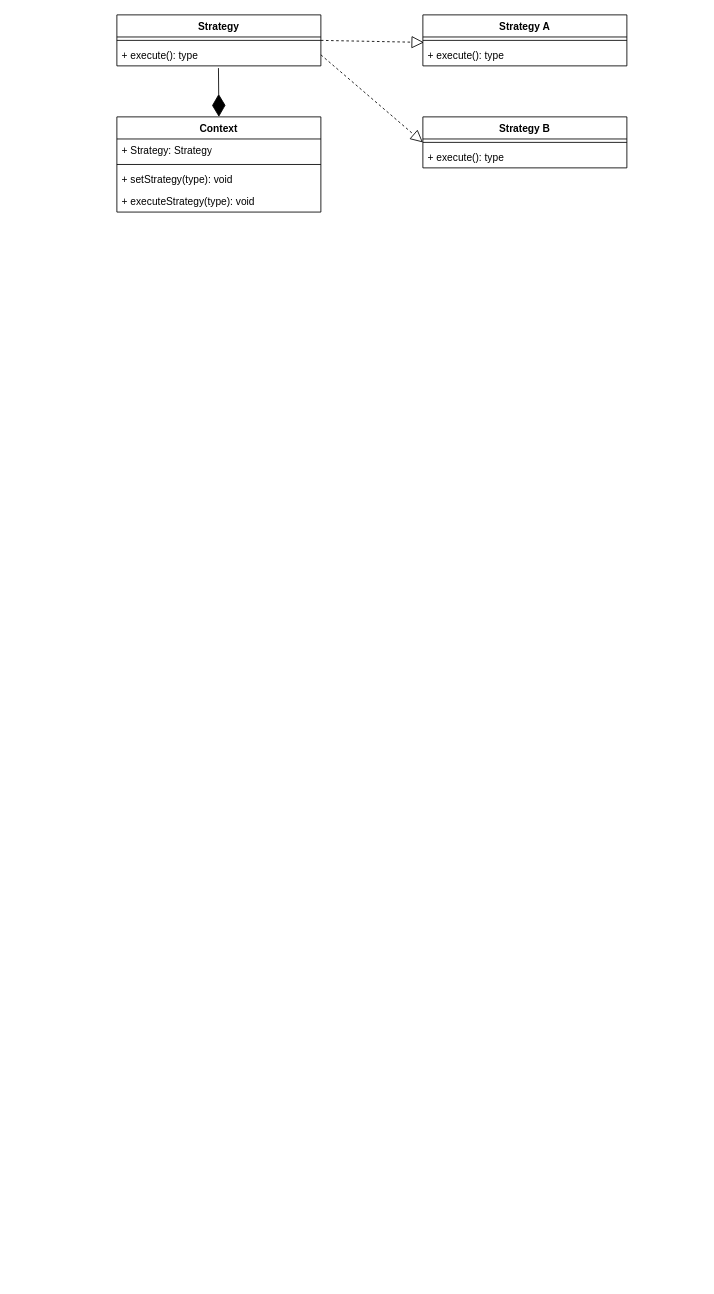
This is Strategy_DesignPattern.drawio from tyk1hc/drawio, a draw.io file, before an edit. Source tidied: cells renumbered, new cells numbered last; positions are measured from the earlier drawing's top-left corner, leaving out a move shared by most shapes. Both pictures are drawn from the tidied source at 85%, with x=0, y=0 at pixel (116, 14).
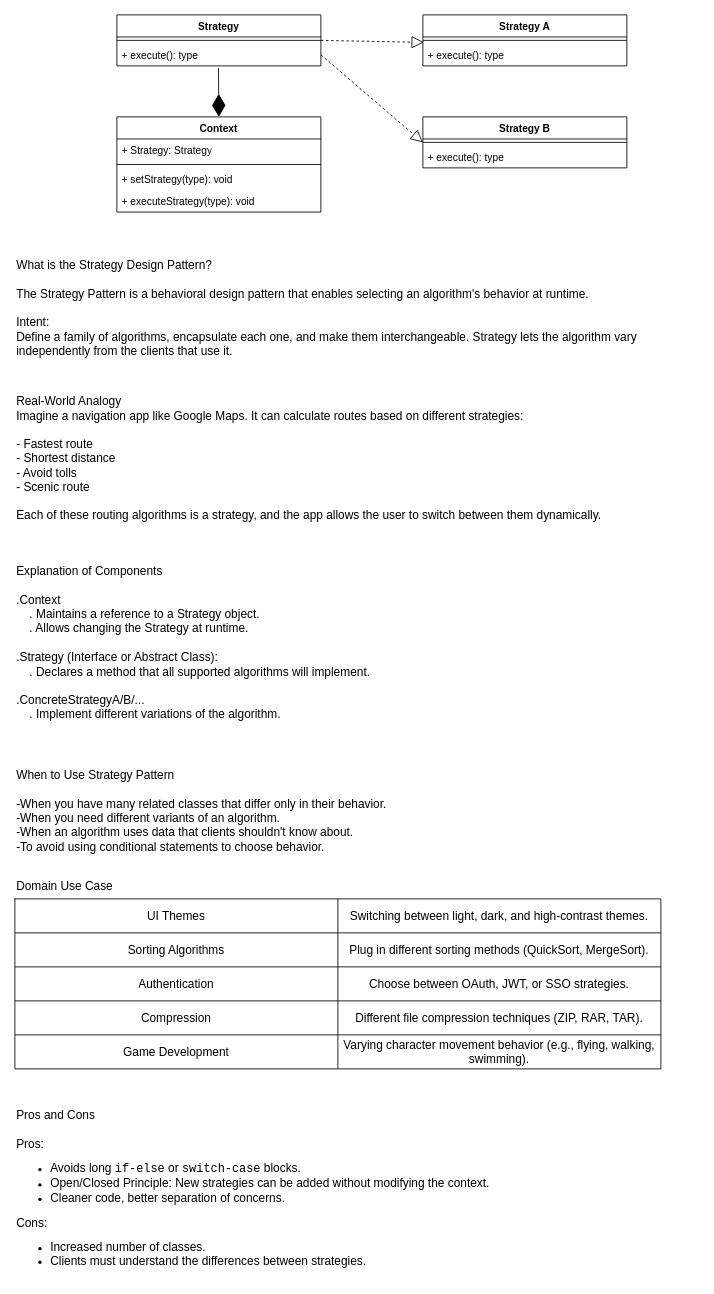
After the change.

Change to the diagram source:
```diff
@@
+    <mxCell id="19" value="What is the Strategy Design Pattern?&#10;&#10;The Strategy Pattern is a behavioral design pattern that enables selecting an algorithm's behavior at runtime.&#10;&#10;Intent:&#10;Define a family of algorithms, encapsulate each one, and make them interchangeable. Strategy lets the algorithm vary independently from the clients that use it." style="text;whiteSpace=wrap;fontSize=14;" parent="1" vertex="1">
+      <mxGeometry x="-120" y="280" width="760" height="120" as="geometry" />
+    </mxCell>
+    <mxCell id="20" value="Real-World Analogy &#10;Imagine a navigation app like Google Maps. It can calculate routes based on different strategies:&#10;&#10;- Fastest route &#10;- Shortest distance &#10;- Avoid tolls &#10;- Scenic route&#10;&#10;Each of these routing algorithms is a strategy, and the app allows the user to switch between them dynamically." style="text;whiteSpace=wrap;fontSize=14;" parent="1" vertex="1">
+      <mxGeometry x="-120" y="440" width="800" height="160" as="geometry" />
+    </mxCell>
+    <mxCell id="21" value="Explanation of Components &#10;&#10;.Context&#10;    . Maintains a reference to a Strategy object.&#10;    . Allows changing the Strategy at runtime.&#10;&#10;.Strategy (Interface or Abstract Class):&#10;    . Declares a method that all supported algorithms will implement.&#10;&#10;.ConcreteStrategyA/B/...&#10;    . Implement different variations of the algorithm." style="text;whiteSpace=wrap;fontSize=14;fontStyle=0;" parent="1" vertex="1">
+      <mxGeometry x="-120" y="640" width="805" height="210" as="geometry" />
+    </mxCell>
+    <mxCell id="22" value="When to Use Strategy Pattern&#10;&#10;-When you have many related classes that differ only in their behavior.&#10;-When you need different variants of an algorithm.&#10;-When an algorithm uses data that clients shouldn't know about.&#10;-To avoid using conditional statements to choose behavior." style="text;whiteSpace=wrap;fontSize=14;" parent="1" vertex="1">
+      <mxGeometry x="-120" y="880" width="760" height="120" as="geometry" />
+    </mxCell>
+    <mxCell id="23" value="&lt;font style=&quot;font-size: 14px;&quot;&gt;Domain Use Case&lt;/font&gt;" style="text;html=1;align=left;verticalAlign=middle;whiteSpace=wrap;rounded=0;" parent="1" vertex="1">
+      <mxGeometry x="-120" y="1010" width="760" height="30" as="geometry" />
+    </mxCell>
+    <mxCell id="24" style="shape=table;startSize=0;childLayout=tableLayout;fontSize=14;" parent="1" vertex="1">
+      <mxGeometry x="-120" y="1040" width="760" height="200" as="geometry" />
+    </mxCell>
+    <mxCell id="25" style="shape=tableRow;horizontal=0;startSize=0;swimlaneHead=0;swimlaneBody=0;strokeColor=inherit;top=0;left=0;bottom=0;right=0;fillColor=none;" parent="24" vertex="1">
+      <mxGeometry width="760" height="40" as="geometry" />
+    </mxCell>
+    <mxCell id="26" value="&lt;font style=&quot;font-size: 14px;&quot;&gt;UI Themes&lt;/font&gt;" style="shape=partialRectangle;html=1;whiteSpace=wrap;strokeColor=inherit;overflow=hidden;fillColor=none;top=0;left=0;bottom=0;right=0;" parent="25" vertex="1">
+      <mxGeometry width="380" height="40" as="geometry" />
+    </mxCell>
+    <mxCell id="27" value="&lt;font style=&quot;font-size: 14px;&quot;&gt;Switching between light, dark, and high-contrast themes.&lt;/font&gt;" style="shape=partialRectangle;html=1;whiteSpace=wrap;strokeColor=inherit;overflow=hidden;fillColor=none;top=0;left=0;bottom=0;right=0;" parent="25" vertex="1">
+      <mxGeometry x="380" width="380" height="40" as="geometry" />
+    </mxCell>
+    <mxCell id="28" style="shape=tableRow;horizontal=0;startSize=0;swimlaneHead=0;swimlaneBody=0;strokeColor=inherit;top=0;left=0;bottom=0;right=0;fillColor=none;" parent="24" vertex="1">
+      <mxGeometry y="40" width="760" height="40" as="geometry" />
+    </mxCell>
+    <mxCell id="29" value="&lt;font style=&quot;font-size: 14px;&quot;&gt;Sorting Algorithms&lt;/font&gt;" style="shape=partialRectangle;html=1;whiteSpace=wrap;strokeColor=inherit;overflow=hidden;fillColor=none;top=0;left=0;bottom=0;right=0;" parent="28" vertex="1">
+      <mxGeometry width="380" height="40" as="geometry" />
+    </mxCell>
+    <mxCell id="30" value="&lt;font style=&quot;font-size: 14px;&quot;&gt;Plug in different sorting methods (QuickSort, MergeSort).&lt;/font&gt;" style="shape=partialRectangle;html=1;whiteSpace=wrap;strokeColor=inherit;overflow=hidden;fillColor=none;top=0;left=0;bottom=0;right=0;" parent="28" vertex="1">
+      <mxGeometry x="380" width="380" height="40" as="geometry" />
+    </mxCell>
+    <mxCell id="31" style="shape=tableRow;horizontal=0;startSize=0;swimlaneHead=0;swimlaneBody=0;strokeColor=inherit;top=0;left=0;bottom=0;right=0;fillColor=none;" parent="24" vertex="1">
+      <mxGeometry y="80" width="760" height="40" as="geometry" />
+    </mxCell>
+    <mxCell id="32" value="&lt;font style=&quot;font-size: 14px;&quot;&gt;Authentication&lt;/font&gt;" style="shape=partialRectangle;html=1;whiteSpace=wrap;strokeColor=inherit;overflow=hidden;fillColor=none;top=0;left=0;bottom=0;right=0;" parent="31" vertex="1">
+      <mxGeometry width="380" height="40" as="geometry" />
+    </mxCell>
+    <mxCell id="33" value="&lt;font style=&quot;font-size: 14px;&quot;&gt;Choose between OAuth, JWT, or SSO strategies.&lt;/font&gt;" style="shape=partialRectangle;html=1;whiteSpace=wrap;strokeColor=inherit;overflow=hidden;fillColor=none;top=0;left=0;bottom=0;right=0;" parent="31" vertex="1">
+      <mxGeometry x="380" width="380" height="40" as="geometry" />
+    </mxCell>
+    <mxCell id="34" style="shape=tableRow;horizontal=0;startSize=0;swimlaneHead=0;swimlaneBody=0;strokeColor=inherit;top=0;left=0;bottom=0;right=0;fillColor=none;fontSize=14;" parent="24" vertex="1">
+      <mxGeometry y="120" width="760" height="40" as="geometry" />
+    </mxCell>
+    <mxCell id="35" value="&lt;font style=&quot;font-size: 14px;&quot;&gt;Compression&lt;/font&gt;" style="shape=partialRectangle;html=1;whiteSpace=wrap;strokeColor=inherit;overflow=hidden;fillColor=none;top=0;left=0;bottom=0;right=0;" parent="34" vertex="1">
+      <mxGeometry width="380" height="40" as="geometry" />
+    </mxCell>
+    <mxCell id="36" value="&lt;font style=&quot;font-size: 14px;&quot;&gt;Different file compression techniques (ZIP, RAR, TAR).&lt;/font&gt;" style="shape=partialRectangle;html=1;whiteSpace=wrap;strokeColor=inherit;overflow=hidden;fillColor=none;top=0;left=0;bottom=0;right=0;" parent="34" vertex="1">
+      <mxGeometry x="380" width="380" height="40" as="geometry" />
+    </mxCell>
+    <mxCell id="37" style="shape=tableRow;horizontal=0;startSize=0;swimlaneHead=0;swimlaneBody=0;strokeColor=inherit;top=0;left=0;bottom=0;right=0;fillColor=none;" parent="24" vertex="1">
+      <mxGeometry y="160" width="760" height="40" as="geometry" />
+    </mxCell>
+    <mxCell id="38" value="&lt;font style=&quot;font-size: 14px;&quot;&gt;Game Development&lt;/font&gt;" style="shape=partialRectangle;html=1;whiteSpace=wrap;strokeColor=inherit;overflow=hidden;fillColor=none;top=0;left=0;bottom=0;right=0;" parent="37" vertex="1">
+      <mxGeometry width="380" height="40" as="geometry" />
+    </mxCell>
+    <mxCell id="39" value="&lt;font style=&quot;font-size: 14px;&quot;&gt;Varying character movement behavior (e.g., flying, walking, swimming).&lt;/font&gt;" style="shape=partialRectangle;html=1;whiteSpace=wrap;strokeColor=inherit;overflow=hidden;fillColor=none;top=0;left=0;bottom=0;right=0;" parent="37" vertex="1">
+      <mxGeometry x="380" width="380" height="40" as="geometry" />
+    </mxCell>
+    <mxCell id="40" value="&lt;font style=&quot;font-size: 14px;&quot;&gt;Pros and Cons&lt;/font&gt;&lt;div&gt;&lt;font style=&quot;font-size: 14px;&quot;&gt;&lt;br&gt;&lt;/font&gt;&lt;/div&gt;&lt;div&gt;&lt;font style=&quot;font-size: 14px;&quot;&gt;Pros:&lt;/font&gt;&lt;/div&gt;&lt;div&gt;&lt;ul&gt;&lt;li&gt;&lt;font style=&quot;font-size: 14px;&quot;&gt;Avoids long &lt;code&gt;if-else&lt;/code&gt; or &lt;code&gt;switch-case&lt;/code&gt; blocks.&lt;/font&gt;&lt;/li&gt;&lt;li&gt;&lt;font style=&quot;font-size: 14px;&quot;&gt;Open/Closed Principle: New strategies can be added without modifying the context.&lt;/font&gt;&lt;/li&gt;&lt;li&gt;&lt;font style=&quot;font-size: 14px;&quot;&gt;Cleaner code, better separation of concerns.&lt;/font&gt;&lt;/li&gt;&lt;/ul&gt;&lt;div&gt;&lt;span style=&quot;font-size: 14px;&quot;&gt;Cons:&lt;/span&gt;&lt;/div&gt;&lt;/div&gt;&lt;div&gt;&lt;ul&gt;&lt;li&gt;&lt;span style=&quot;font-size: 14px;&quot;&gt;Increased number of classes.&lt;/span&gt;&lt;/li&gt;&lt;li&gt;&lt;span style=&quot;font-size: 14px;&quot;&gt;Clients must understand the differences between strategies.&lt;/span&gt;&lt;/li&gt;&lt;/ul&gt;&lt;/div&gt;" style="text;whiteSpace=wrap;html=1;" parent="1" vertex="1">
+      <mxGeometry x="-120" y="1280" width="760" height="200" as="geometry" />
+    </mxCell>
```
